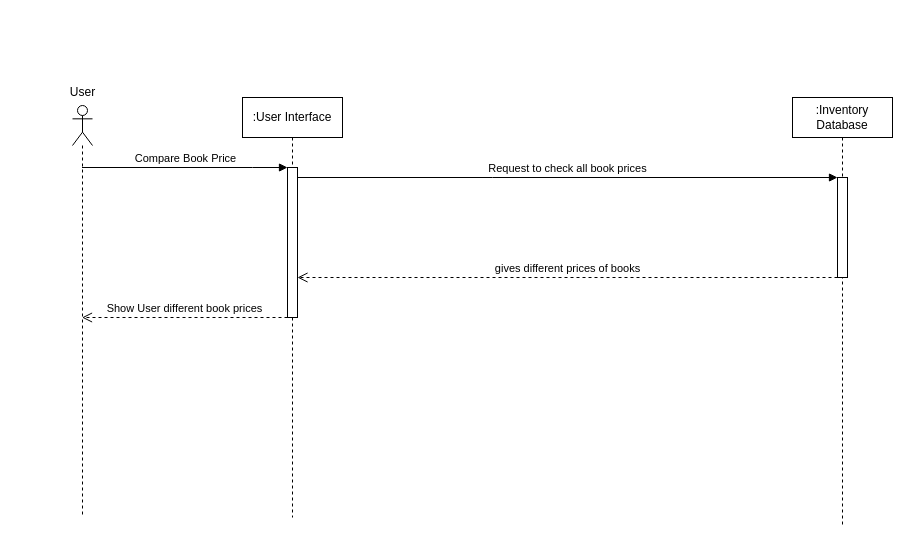
Before: Compare Prices.drawio in adl409/SE-project-Group-5, a draw.io diagram. Source tidied: cells renumbered, new cells numbered last; positions are measured from the earlier drawing's top-left corner, leaving out a move shared by most shapes. Both pictures are drawn from the tidied source at 100%, with x=0, y=0 at pixel (57, 77).
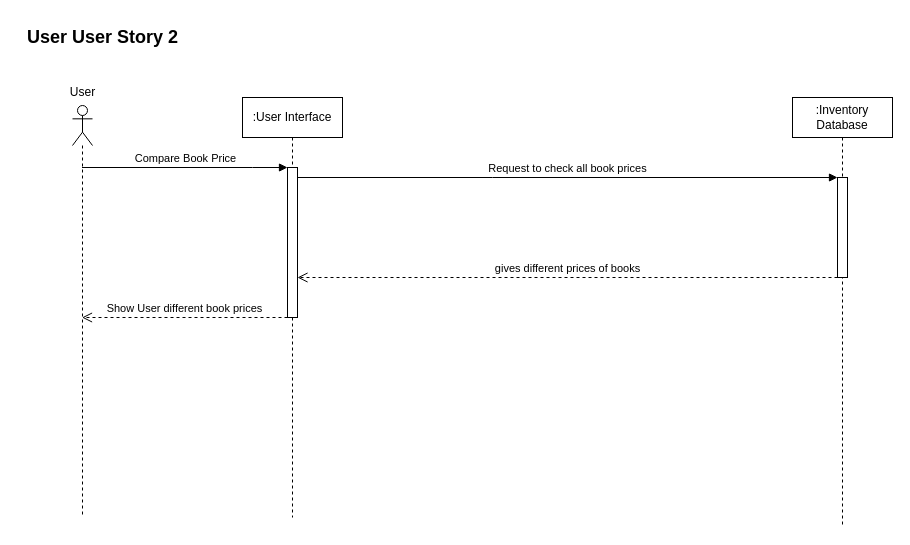
The same page after the edit.

Commit message:
Update Compare Prices Issue #10

The edit, as a diff of the source:
```diff
@@
 <mxGraphModel>
   <root>
     <mxCell id="0" />
     <mxCell id="1" parent="0" />
     <mxCell id="2" style="shape=umlLifeline;perimeter=lifelinePerimeter;whiteSpace=wrap;html=1;outlineConnect=0;portConstraint=eastwest;newEdgeStyle={&quot;edgeStyle&quot;:&quot;elbowEdgeStyle&quot;,&quot;elbow&quot;:&quot;vertical&quot;,&quot;curved&quot;:0,&quot;rounded&quot;:0};participant=umlActor;" parent="1" vertex="1">
       <mxGeometry x="15" y="28" width="20" height="412" as="geometry" />
     </mxCell>
     <mxCell id="3" value="User" style="text;html=1;align=center;verticalAlign=middle;strokeColor=none;fillColor=none;" parent="1" vertex="1">
       <mxGeometry width="50" height="30" as="geometry" />
     </mxCell>
     <mxCell id="4" value=":User Interface" style="shape=umlLifeline;perimeter=lifelinePerimeter;whiteSpace=wrap;html=1;newEdgeStyle={&quot;edgeStyle&quot;:&quot;elbowEdgeStyle&quot;,&quot;elbow&quot;:&quot;vertical&quot;,&quot;curved&quot;:0,&quot;rounded&quot;:0};" parent="1" vertex="1">
       <mxGeometry x="185" y="20" width="100" height="420" as="geometry" />
     </mxCell>
     <mxCell id="5" style="html=1;points=[];perimeter=orthogonalPerimeter;outlineConnect=0;targetShapes=umlLifeline;portConstraint=eastwest;newEdgeStyle={&quot;edgeStyle&quot;:&quot;elbowEdgeStyle&quot;,&quot;elbow&quot;:&quot;vertical&quot;,&quot;curved&quot;:0,&quot;rounded&quot;:0};" parent="4" vertex="1">
       <mxGeometry x="45" y="70" width="10" height="150" as="geometry" />
     </mxCell>
     <mxCell id="6" value=":Inventory Database" style="shape=umlLifeline;perimeter=lifelinePerimeter;whiteSpace=wrap;html=1;newEdgeStyle={&quot;edgeStyle&quot;:&quot;elbowEdgeStyle&quot;,&quot;elbow&quot;:&quot;vertical&quot;,&quot;curved&quot;:0,&quot;rounded&quot;:0};" parent="1" vertex="1">
       <mxGeometry x="735" y="20" width="100" height="430" as="geometry" />
     </mxCell>
     <mxCell id="7" style="html=1;points=[];perimeter=orthogonalPerimeter;outlineConnect=0;targetShapes=umlLifeline;portConstraint=eastwest;newEdgeStyle={&quot;edgeStyle&quot;:&quot;elbowEdgeStyle&quot;,&quot;elbow&quot;:&quot;vertical&quot;,&quot;curved&quot;:0,&quot;rounded&quot;:0};" parent="6" vertex="1">
       <mxGeometry x="45" y="80" width="10" height="100" as="geometry" />
     </mxCell>
     <mxCell id="8" value="Compare Book Price" style="html=1;verticalAlign=bottom;endArrow=block;edgeStyle=elbowEdgeStyle;elbow=vertical;curved=0;rounded=0;" parent="1" edge="1" source="2" target="5">
       <mxGeometry relative="1" as="geometry">
         <Array as="points">
           <mxPoint x="195" y="90" />
         </Array>
       </mxGeometry>
     </mxCell>
     <mxCell id="9" value="Request to check all book prices" style="html=1;verticalAlign=bottom;endArrow=block;edgeStyle=elbowEdgeStyle;elbow=vertical;curved=0;rounded=0;" parent="1" edge="1" source="5" target="7">
       <mxGeometry relative="1" as="geometry">
         <Array as="points">
           <mxPoint x="435" y="100" />
         </Array>
       </mxGeometry>
     </mxCell>
     <mxCell id="10" value="gives different prices of books" style="html=1;verticalAlign=bottom;endArrow=open;dashed=1;endSize=8;edgeStyle=elbowEdgeStyle;elbow=vertical;curved=0;rounded=0;" parent="1" edge="1" source="7" target="5">
       <mxGeometry relative="1" as="geometry">
         <Array as="points">
           <mxPoint x="625" y="200" />
           <mxPoint x="715" y="170" />
         </Array>
       </mxGeometry>
     </mxCell>
     <mxCell id="11" value="Show User different book prices" style="html=1;verticalAlign=bottom;endArrow=open;dashed=1;endSize=8;edgeStyle=elbowEdgeStyle;elbow=vertical;curved=0;rounded=0;" parent="1" edge="1" source="5" target="2">
       <mxGeometry relative="1" as="geometry">
         <Array as="points">
           <mxPoint x="195" y="240" />
           <mxPoint x="85" y="210" />
         </Array>
       </mxGeometry>
     </mxCell>
+    <mxCell id="12" value="&lt;font style=&quot;font-size: 18px;&quot;&gt;&lt;b&gt;User User Story 2&lt;/b&gt;&lt;/font&gt;" style="text;html=1;align=center;verticalAlign=middle;strokeColor=none;fillColor=none;" parent="1" vertex="1">
+      <mxGeometry x="-40" y="-60" width="170" height="40" as="geometry" />
+    </mxCell>
   </root>
 </mxGraphModel>
```
